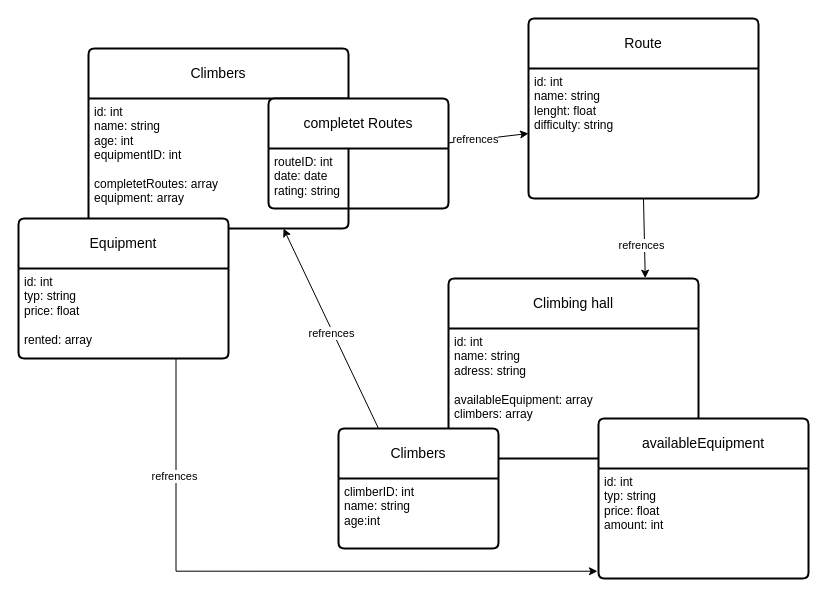
Earlier version of the draw.io diagram KN-M-02/KN-M-02_B.drawio (AdrianTBZ/M165). Source tidied: cells renumbered, new cells numbered last; positions are measured from the earlier drawing's top-left corner, leaving out a move shared by most shapes. Both pictures are drawn from the tidied source at 100%, with x=0, y=0 at pixel (18, 18).
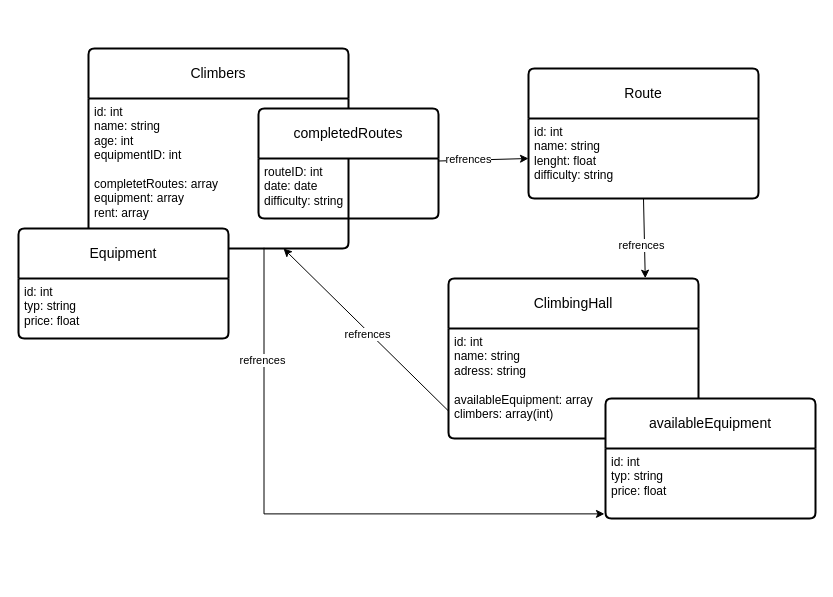
Above is the later version.

The edit, as a diff of the source:
```diff
@@
     <mxCell id="2" value="Climbers" style="swimlane;horizontal=1;startSize=50;rounded=1;fontSize=14;fontStyle=0;strokeWidth=2;shadow=0;dashed=0;align=center;arcSize=4;whiteSpace=wrap;html=1;" parent="1" vertex="1">
-      <mxGeometry x="70" y="30" width="260" height="180" as="geometry" />
+      <mxGeometry x="70" y="30" width="260" height="200" as="geometry" />
     </mxCell>
-    <mxCell id="3" value="id: int&lt;div&gt;name: string&lt;/div&gt;&lt;div&gt;age: int&lt;/div&gt;&lt;div&gt;equipmentID: int&lt;/div&gt;&lt;div&gt;&lt;br&gt;&lt;/div&gt;&lt;div&gt;completetRoutes: array&lt;/div&gt;&lt;div&gt;equipment: array&lt;/div&gt;" style="align=left;strokeColor=none;fillColor=none;spacingLeft=4;spacingRight=4;fontSize=12;verticalAlign=top;html=1;whiteSpace=wrap;" parent="2" vertex="1">
-      <mxGeometry y="50" width="260" height="130" as="geometry" />
+    <mxCell id="3" value="id: int&lt;div&gt;name: string&lt;/div&gt;&lt;div&gt;age: int&lt;/div&gt;&lt;div&gt;equipmentID: int&lt;/div&gt;&lt;div&gt;&lt;br&gt;&lt;/div&gt;&lt;div&gt;completetRoutes: array&lt;/div&gt;&lt;div&gt;equipment: array&lt;/div&gt;&lt;div&gt;rent: array&lt;/div&gt;" style="align=left;strokeColor=none;fillColor=none;spacingLeft=4;spacingRight=4;fontSize=12;verticalAlign=top;html=1;whiteSpace=wrap;" parent="2" vertex="1">
+      <mxGeometry y="50" width="260" height="150" as="geometry" />
     </mxCell>
@@
-    <mxCell id="6" value="completet Routes" style="swimlane;horizontal=1;startSize=50;rounded=1;fontSize=14;fontStyle=0;strokeWidth=2;shadow=0;dashed=0;align=center;arcSize=4;whiteSpace=wrap;html=1;" parent="1" vertex="1">
-      <mxGeometry x="250" y="80" width="180" height="110" as="geometry" />
+    <mxCell id="6" value="completedRoutes" style="swimlane;horizontal=1;startSize=50;rounded=1;fontSize=14;fontStyle=0;strokeWidth=2;shadow=0;dashed=0;align=center;arcSize=4;whiteSpace=wrap;html=1;" parent="1" vertex="1">
+      <mxGeometry x="240" y="90" width="180" height="110" as="geometry" />
     </mxCell>
-    <mxCell id="7" value="routeID: int&lt;div&gt;date: date&lt;/div&gt;&lt;div&gt;rating: string&lt;/div&gt;" style="align=left;strokeColor=none;fillColor=none;spacingLeft=4;spacingRight=4;fontSize=12;verticalAlign=top;html=1;whiteSpace=wrap;" parent="6" vertex="1">
+    <mxCell id="7" value="routeID: int&lt;div&gt;date: date&lt;/div&gt;&lt;div&gt;difficulty: string&lt;/div&gt;" style="align=left;strokeColor=none;fillColor=none;spacingLeft=4;spacingRight=4;fontSize=12;verticalAlign=top;html=1;whiteSpace=wrap;" parent="6" vertex="1">
       <mxGeometry y="50" width="180" height="60" as="geometry" />
     </mxCell>
     <mxCell id="8" value="Route" style="swimlane;horizontal=1;startSize=50;rounded=1;fontSize=14;fontStyle=0;strokeWidth=2;shadow=0;dashed=0;align=center;arcSize=4;whiteSpace=wrap;html=1;" parent="1" vertex="1">
-      <mxGeometry x="510" width="230" height="180" as="geometry" />
+      <mxGeometry x="510" y="50" width="230" height="130" as="geometry" />
     </mxCell>
     <mxCell id="9" value="id: int&lt;div&gt;name: string&lt;/div&gt;&lt;div&gt;lenght: float&lt;/div&gt;&lt;div&gt;difficulty: string&lt;/div&gt;" style="align=left;strokeColor=none;fillColor=none;spacingLeft=4;spacingRight=4;fontSize=12;verticalAlign=top;html=1;whiteSpace=wrap;" parent="8" vertex="1">
-      <mxGeometry y="50" width="230" height="130" as="geometry" />
+      <mxGeometry y="50" width="230" height="80" as="geometry" />
     </mxCell>
     <mxCell id="10" value="Equipment" style="swimlane;horizontal=1;startSize=50;rounded=1;fontSize=14;fontStyle=0;strokeWidth=2;shadow=0;dashed=0;align=center;arcSize=4;whiteSpace=wrap;html=1;" parent="1" vertex="1">
-      <mxGeometry y="200" width="210" height="140" as="geometry" />
+      <mxGeometry y="210" width="210" height="110" as="geometry" />
     </mxCell>
-    <mxCell id="11" value="id: int&lt;div&gt;typ: string&lt;/div&gt;&lt;div&gt;price: float&lt;/div&gt;&lt;div&gt;&lt;br&gt;&lt;/div&gt;&lt;div&gt;rented: array&lt;/div&gt;" style="align=left;strokeColor=none;fillColor=none;spacingLeft=4;spacingRight=4;fontSize=12;verticalAlign=top;html=1;whiteSpace=wrap;" parent="10" vertex="1">
-      <mxGeometry y="50" width="210" height="90" as="geometry" />
+    <mxCell id="11" value="id: int&lt;div&gt;typ: string&lt;/div&gt;&lt;div&gt;price: float&lt;/div&gt;" style="align=left;strokeColor=none;fillColor=none;spacingLeft=4;spacingRight=4;fontSize=12;verticalAlign=top;html=1;whiteSpace=wrap;" parent="10" vertex="1">
+      <mxGeometry y="50" width="210" height="60" as="geometry" />
     </mxCell>
-    <mxCell id="12" value="Climbing hall" style="swimlane;horizontal=1;startSize=50;rounded=1;fontSize=14;fontStyle=0;strokeWidth=2;shadow=0;dashed=0;align=center;arcSize=4;whiteSpace=wrap;html=1;" parent="1" vertex="1">
-      <mxGeometry x="430" y="260" width="250" height="180" as="geometry" />
+    <mxCell id="12" value="ClimbingHall" style="swimlane;horizontal=1;startSize=50;rounded=1;fontSize=14;fontStyle=0;strokeWidth=2;shadow=0;dashed=0;align=center;arcSize=4;whiteSpace=wrap;html=1;" parent="1" vertex="1">
+      <mxGeometry x="430" y="260" width="250" height="160" as="geometry" />
     </mxCell>
-    <mxCell id="13" value="id: int&lt;div&gt;name: string&lt;/div&gt;&lt;div&gt;adress: string&lt;/div&gt;&lt;div&gt;&lt;br&gt;&lt;/div&gt;&lt;div&gt;availableEquipment: array&lt;/div&gt;&lt;div&gt;climbers: array&lt;/div&gt;" style="align=left;strokeColor=none;fillColor=none;spacingLeft=4;spacingRight=4;fontSize=12;verticalAlign=top;html=1;whiteSpace=wrap;" parent="12" vertex="1">
-      <mxGeometry y="50" width="250" height="130" as="geometry" />
+    <mxCell id="13" value="id: int&lt;div&gt;name: string&lt;/div&gt;&lt;div&gt;adress: string&lt;/div&gt;&lt;div&gt;&lt;br&gt;&lt;/div&gt;&lt;div&gt;availableEquipment: array&lt;/div&gt;&lt;div&gt;climbers: array(int)&lt;/div&gt;" style="align=left;strokeColor=none;fillColor=none;spacingLeft=4;spacingRight=4;fontSize=12;verticalAlign=top;html=1;whiteSpace=wrap;" parent="12" vertex="1">
+      <mxGeometry y="50" width="250" height="110" as="geometry" />
     </mxCell>
@@
     <mxCell id="16" value="availableEquipment" style="swimlane;horizontal=1;startSize=50;rounded=1;fontSize=14;fontStyle=0;strokeWidth=2;shadow=0;dashed=0;align=center;arcSize=4;whiteSpace=wrap;html=1;" parent="1" vertex="1">
-      <mxGeometry x="580" y="400" width="210" height="160" as="geometry" />
+      <mxGeometry x="587" y="380" width="210" height="120" as="geometry" />
     </mxCell>
-    <mxCell id="17" value="id: int&lt;div&gt;typ: string&lt;/div&gt;&lt;div&gt;price: float&lt;/div&gt;&lt;div&gt;amount: int&lt;/div&gt;" style="align=left;strokeColor=none;fillColor=none;spacingLeft=4;spacingRight=4;fontSize=12;verticalAlign=top;html=1;whiteSpace=wrap;" parent="16" vertex="1">
-      <mxGeometry y="50" width="210" height="110" as="geometry" />
+    <mxCell id="17" value="id: int&lt;div&gt;typ: string&lt;/div&gt;&lt;div&gt;price: float&lt;/div&gt;" style="align=left;strokeColor=none;fillColor=none;spacingLeft=4;spacingRight=4;fontSize=12;verticalAlign=top;html=1;whiteSpace=wrap;" parent="16" vertex="1">
+      <mxGeometry y="50" width="210" height="70" as="geometry" />
     </mxCell>
-    <mxCell id="18" style="edgeStyle=orthogonalEdgeStyle;rounded=0;jettySize=auto;html=1;exitX=0.75;exitY=1;exitDx=0;exitDy=0;entryX=-0.005;entryY=0.934;entryDx=0;entryDy=0;entryPerimeter=0;" parent="1" edge="1" source="11" target="17">
+    <mxCell id="18" style="edgeStyle=orthogonalEdgeStyle;rounded=0;jettySize=auto;html=1;entryX=-0.005;entryY=0.934;entryDx=0;entryDy=0;entryPerimeter=0;exitX=0.675;exitY=0.995;exitDx=0;exitDy=0;exitPerimeter=0;" parent="1" edge="1" source="3" target="17">
       <mxGeometry relative="1" as="geometry" />
     </mxCell>
@@
-    <mxCell id="20" style="rounded=0;jettySize=auto;html=1;exitX=0.25;exitY=0;exitDx=0;exitDy=0;entryX=0.75;entryY=1;entryDx=0;entryDy=0;" parent="1" edge="1" source="22" target="3">
+    <mxCell id="20" style="rounded=0;jettySize=auto;html=1;exitX=0;exitY=0.75;exitDx=0;exitDy=0;entryX=0.75;entryY=1;entryDx=0;entryDy=0;" parent="1" edge="1" source="13" target="3">
       <mxGeometry relative="1" as="geometry" />
     </mxCell>
@@
-    <mxCell id="22" value="Climbers" style="swimlane;horizontal=1;startSize=50;rounded=1;fontSize=14;fontStyle=0;strokeWidth=2;shadow=0;dashed=0;align=center;arcSize=4;whiteSpace=wrap;html=1;" parent="1" vertex="1">
-      <mxGeometry x="320" y="410" width="160" height="120" as="geometry" />
-    </mxCell>
-    <mxCell id="23" value="climberID: int&lt;div&gt;name: string&lt;/div&gt;&lt;div&gt;age:int&lt;/div&gt;" style="align=left;strokeColor=none;fillColor=none;spacingLeft=4;spacingRight=4;fontSize=12;verticalAlign=top;html=1;whiteSpace=wrap;" parent="22" vertex="1">
-      <mxGeometry y="50" width="160" height="70" as="geometry" />
-    </mxCell>
```
